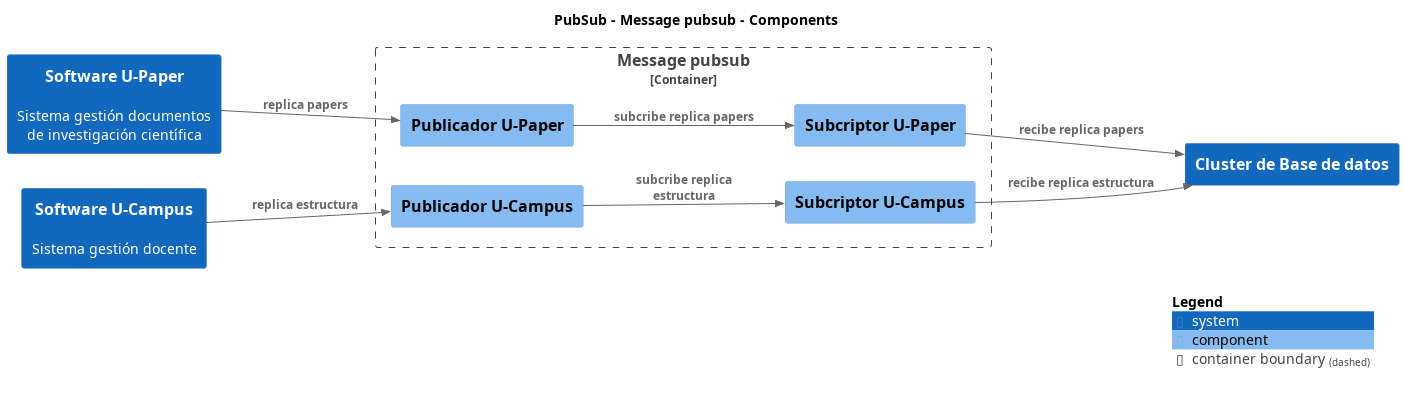
The PlantUML diagram build/serve/master/png/Component-002.png in nbrx/c4-dcc-arq, before a commit.
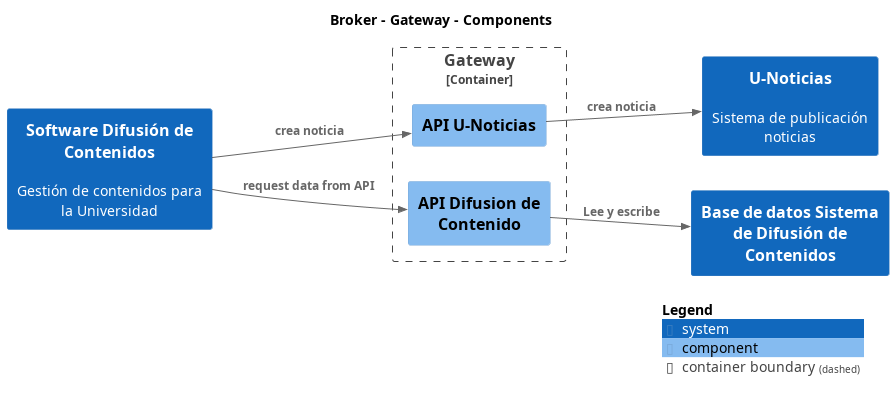
The same file after the commit.

What changed in the source:
```diff
@@ -1,6 +1,6 @@
 @startuml
 set separator none
-title PubSub - Message pubsub - Components
+title Broker - Gateway - Components
 
 left to right direction
 
@@ -8,23 +8,19 @@
 !include <C4/C4_Context>
 !include <C4/C4_Component>
 
-System(SoftwareUPaper, "Software U-Paper", "Sistema gestión documentos de investigación científica", $tags="")
-System(SoftwareUCampus, "Software U-Campus", "Sistema gestión docente", $tags="")
-System(ClusterdeBasededatos, "Cluster de Base de datos", "", $tags="")
+System(SoftwareDifusióndeContenidos, "Software Difusión de Contenidos", "Gestión de contenidos para la Universidad", $tags="")
+System(UNoticias, "U-Noticias", "Sistema de publicación noticias", $tags="")
+System(BasededatosSistemadeDifusióndeContenidos, "Base de datos Sistema de Difusión de Contenidos", "", $tags="")
 
-Container_Boundary("PubSub.Messagepubsub_boundary", "Message pubsub", $tags="") {
-  Component(PubSub.Messagepubsub.PublicadorUPaper, "Publicador U-Paper", "", $tags="")
-  Component(PubSub.Messagepubsub.SubcriptorUCampus, "Subcriptor U-Campus", "", $tags="")
-  Component(PubSub.Messagepubsub.SubcriptorUPaper, "Subcriptor U-Paper", "", $tags="")
-  Component(PubSub.Messagepubsub.PublicadorUCampus, "Publicador U-Campus", "", $tags="")
+Container_Boundary("Broker.Gateway_boundary", "Gateway", $tags="") {
+  Component(Broker.Gateway.APIUNoticias, "API U-Noticias", "", $tags="")
+  Component(Broker.Gateway.APIDifusiondeContenido, "API Difusion de Contenido", "", $tags="")
 }
 
-Rel_D(PubSub.Messagepubsub.PublicadorUCampus, PubSub.Messagepubsub.SubcriptorUCampus, "subcribe replica estructura", $tags="")
-Rel_D(PubSub.Messagepubsub.SubcriptorUCampus, ClusterdeBasededatos, "recibe replica estructura", $tags="")
-Rel_D(PubSub.Messagepubsub.PublicadorUPaper, PubSub.Messagepubsub.SubcriptorUPaper, "subcribe replica papers", $tags="")
-Rel_D(PubSub.Messagepubsub.SubcriptorUPaper, ClusterdeBasededatos, "recibe replica papers", $tags="")
-Rel_D(SoftwareUCampus, PubSub.Messagepubsub.PublicadorUCampus, "replica estructura", $tags="")
-Rel_D(SoftwareUPaper, PubSub.Messagepubsub.PublicadorUPaper, "replica papers", $tags="")
+Rel_D(Broker.Gateway.APIUNoticias, UNoticias, "crea noticia", $tags="")
+Rel_D(SoftwareDifusióndeContenidos, Broker.Gateway.APIDifusiondeContenido, "request data from API", $tags="")
+Rel_D(Broker.Gateway.APIDifusiondeContenido, BasededatosSistemadeDifusióndeContenidos, "Lee y escribe", $tags="")
+Rel_D(SoftwareDifusióndeContenidos, Broker.Gateway.APIUNoticias, "crea noticia", $tags="")
 
 SHOW_LEGEND(true)
 @enduml
```
